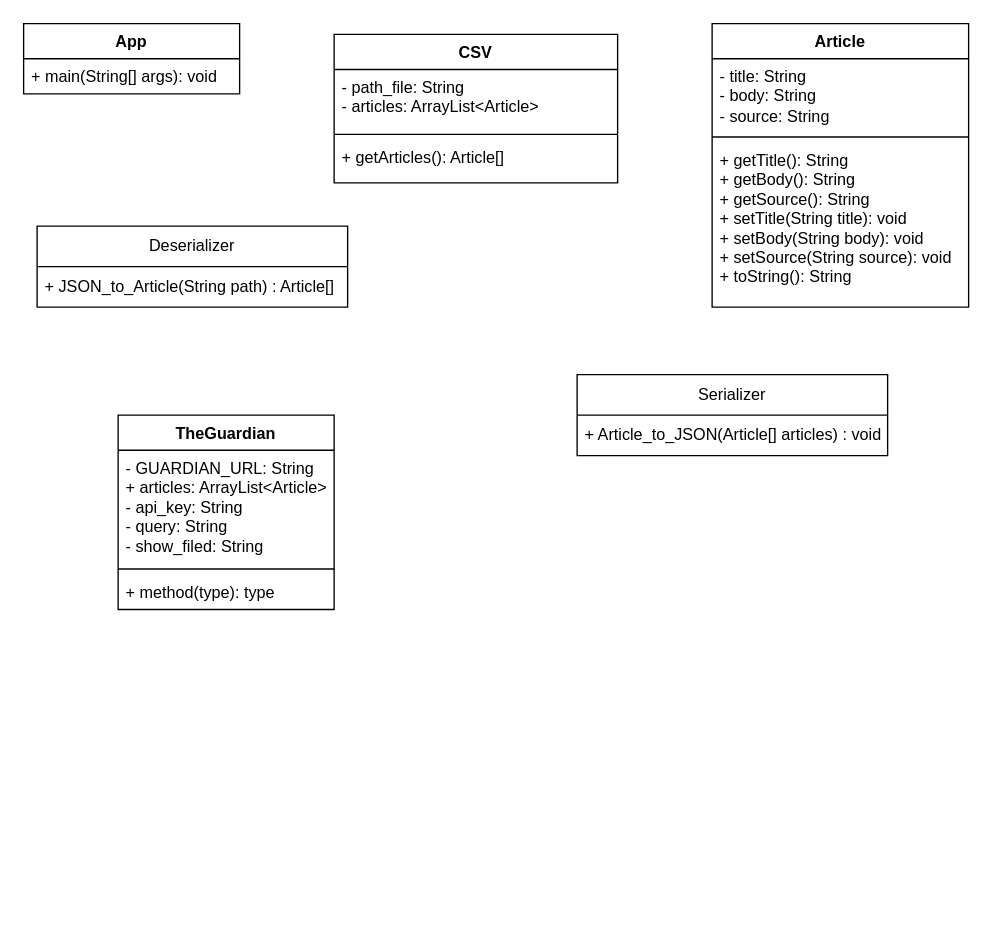
This is documentations/Diagramma senza titolo.drawio from giova211001/EIS_Project, a draw.io file, before an edit. Source tidied: cells renumbered, new cells numbered last; positions are measured from the earlier drawing's top-left corner, leaving out a move shared by most shapes. Both pictures are drawn from the tidied source at 135%, with x=0, y=0 at pixel (23, 23).
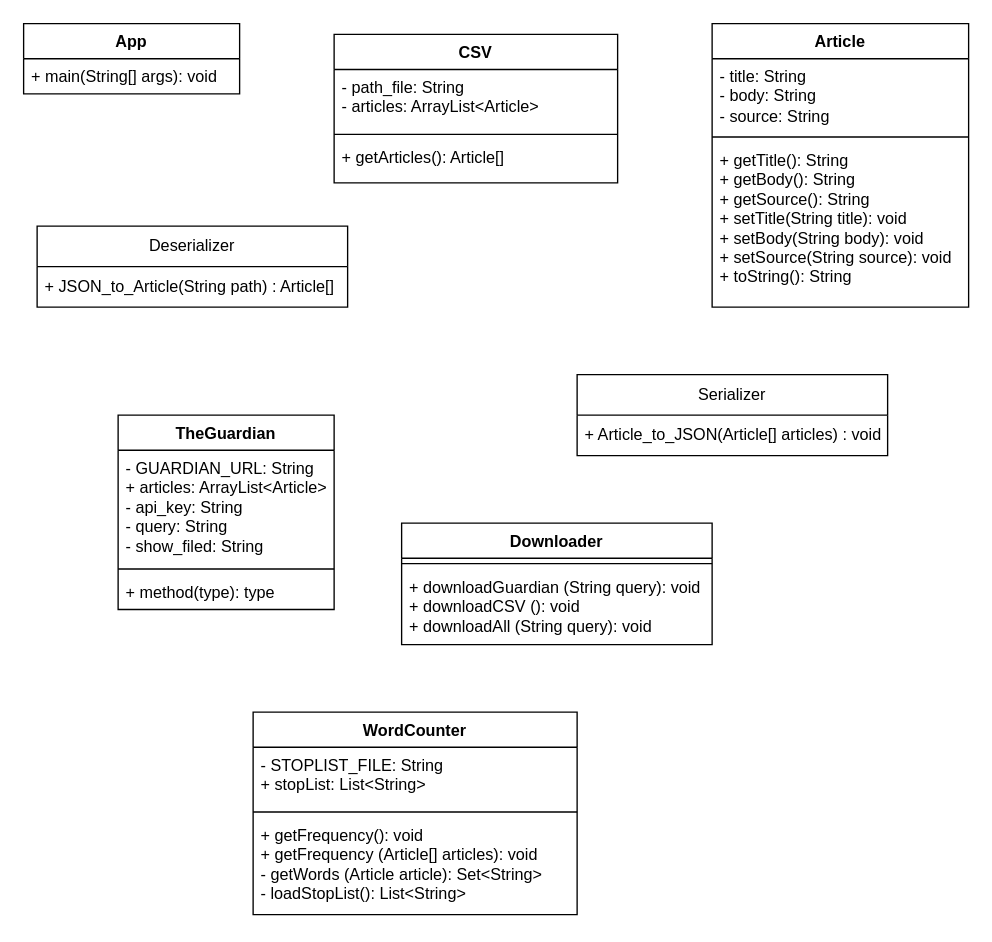
After the change.

Commit message:
Aggiunte classi in Class Diagram (versione 3)

What changed in the source:
```diff
@@
+    <mxCell id="20" value="Downloader" style="swimlane;fontStyle=1;align=center;verticalAlign=top;horizontal=1;startSize=26;whiteSpace=wrap;html=1;" parent="1" vertex="1">
+      <mxGeometry x="280" y="370" width="230" height="90" as="geometry" />
+    </mxCell>
+    <mxCell id="21" style="line;strokeWidth=1;fillColor=none;align=left;verticalAlign=middle;spacingTop=-1;spacingLeft=3;spacingRight=3;labelPosition=right;strokeColor=inherit;" parent="20" vertex="1">
+      <mxGeometry y="26" width="230" height="8" as="geometry" />
+    </mxCell>
+    <mxCell id="22" value="+ downloadGuardian (String query): void&lt;br&gt;+ downloadCSV (): void&lt;br&gt;+ downloadAll (String query): void" style="text;strokeColor=none;fillColor=none;align=left;verticalAlign=top;spacingLeft=4;spacingRight=4;overflow=hidden;whiteSpace=wrap;html=1;" parent="20" vertex="1">
+      <mxGeometry y="34" width="230" height="56" as="geometry" />
+    </mxCell>
+    <mxCell id="23" value="WordCounter" style="swimlane;fontStyle=1;align=center;verticalAlign=top;horizontal=1;startSize=26;whiteSpace=wrap;html=1;" parent="1" vertex="1">
+      <mxGeometry x="170" y="510" width="240" height="150" as="geometry" />
+    </mxCell>
+    <mxCell id="24" value="- STOPLIST_FILE: String&lt;br&gt;+ stopList: List&amp;lt;String&amp;gt;" style="text;strokeColor=none;fillColor=none;align=left;verticalAlign=top;spacingLeft=4;spacingRight=4;overflow=hidden;whiteSpace=wrap;html=1;" parent="23" vertex="1">
+      <mxGeometry y="26" width="240" height="44" as="geometry" />
+    </mxCell>
+    <mxCell id="25" style="line;strokeWidth=1;fillColor=none;align=left;verticalAlign=middle;spacingTop=-1;spacingLeft=3;spacingRight=3;labelPosition=right;strokeColor=inherit;" parent="23" vertex="1">
+      <mxGeometry y="70" width="240" height="8" as="geometry" />
+    </mxCell>
+    <mxCell id="26" value="+ getFrequency(): void&lt;br&gt;+ getFrequency (Article[] articles): void&lt;br&gt;- getWords (Article article): Set&amp;lt;String&amp;gt;&lt;br&gt;- loadStopList(): List&amp;lt;String&amp;gt;" style="text;strokeColor=none;fillColor=none;align=left;verticalAlign=top;spacingLeft=4;spacingRight=4;overflow=hidden;whiteSpace=wrap;html=1;" parent="23" vertex="1">
+      <mxGeometry y="78" width="240" height="72" as="geometry" />
+    </mxCell>
```
